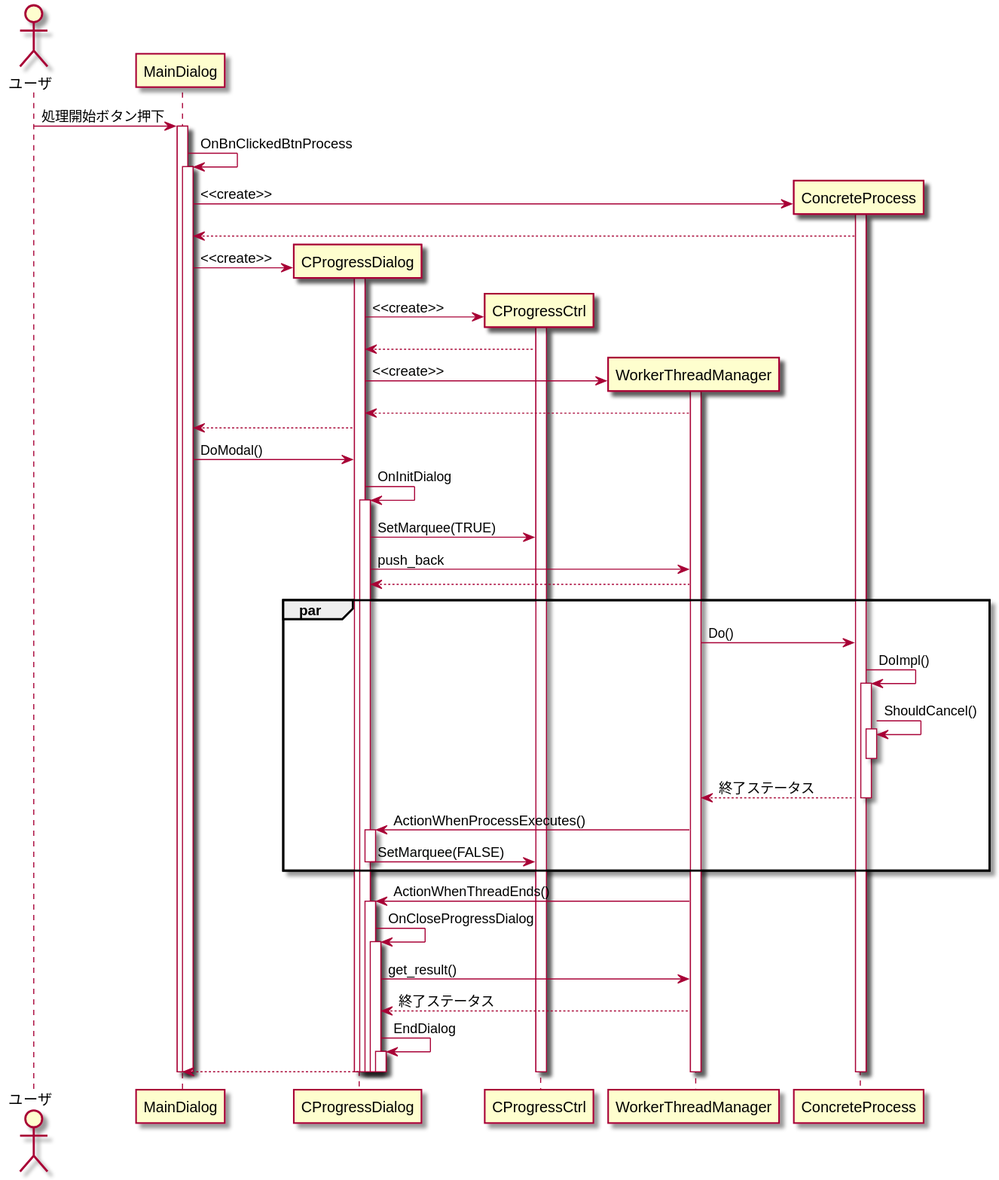
The PlantUML diagram docs/start_process.svg in asura/progress_dialog, before a commit.
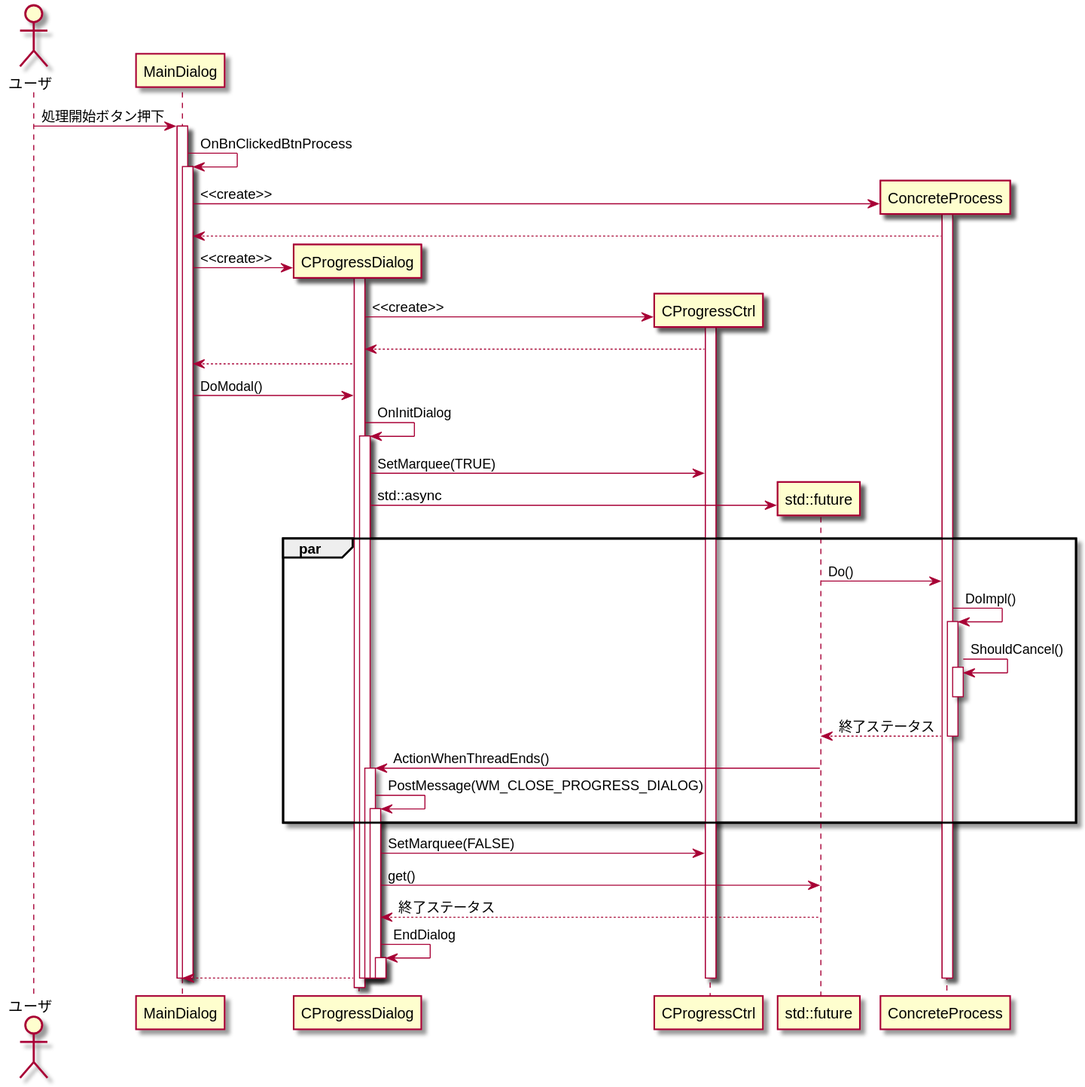
The same file after the commit.

Commit message:
[mdf] update readme, UML diagrams

The edit, as a diff of the source:
```diff
@@ -4,7 +4,7 @@
 participant MainDialog
 participant CProgressDialog
 participant CProgressCtrl
-participant WorkerThreadManager
+participant "std::future" AS future
 participant ConcreteProcess
 
 user -> MainDialog : 処理開始ボタン押下
@@ -29,11 +29,6 @@
         activate CProgressCtrl
           CProgressDialog <-- CProgressCtrl
 
-          create WorkerThreadManager
-          CProgressDialog -> WorkerThreadManager : <<create>>
-          activate WorkerThreadManager
-            CProgressDialog <-- WorkerThreadManager
-
             MainDialog <-- CProgressDialog
 
             MainDialog-> CProgressDialog : DoModal()
@@ -42,11 +37,12 @@
             activate CProgressDialog
 
               CProgressDialog -> CProgressCtrl : SetMarquee(TRUE)
-              CProgressDialog -> WorkerThreadManager : push_back
-              CProgressDialog <-- WorkerThreadManager
+
+              create future
+              CProgressDialog -> future : std::async
 
 par
-              WorkerThreadManager -> ConcreteProcess : Do()
+              future -> ConcreteProcess : Do()
 
               ConcreteProcess -> ConcreteProcess : DoImpl()
               activate ConcreteProcess
@@ -55,34 +51,28 @@
                 activate ConcreteProcess
                 deactivate ConcreteProcess
 
-                WorkerThreadManager <-- ConcreteProcess : 終了ステータス
+                future <-- ConcreteProcess : 終了ステータス
 
               deactivate ConcreteProcess
 
-              CProgressDialog <- WorkerThreadManager : ActionWhenProcessExecutes()
+              CProgressDialog <- future : ActionWhenThreadEnds()
               activate CProgressDialog
-                CProgressDialog -> CProgressCtrl : SetMarquee(FALSE)
-              deactivate CProgressDialog
+                CProgressDialog -> CProgressDialog : PostMessage(WM_CLOSE_PROGRESS_DIALOG)
+                activate CProgressDialog
 
 end
-              CProgressDialog <- WorkerThreadManager : ActionWhenThreadEnds()
-              activate CProgressDialog
-
-                CProgressDialog -> CProgressDialog : OnCloseProgressDialog
-                activate CProgressDialog
-                  CProgressDialog -> WorkerThreadManager : get_result()
-                  CProgressDialog <-- WorkerThreadManager : 終了ステータス
+                  CProgressDialog -> CProgressCtrl : SetMarquee(FALSE)
+                  CProgressDialog -> future : get()
+                  CProgressDialog <-- future : 終了ステータス
 
                   CProgressDialog -> CProgressDialog : EndDialog
                   activate CProgressDialog
                     MainDialog <-- CProgressDialog
                   deactivate CProgressDialog
-                deactivate CProgressDialog
-              deactivate CProgressCtrl
+                deactivate CProgressCtrl
             deactivate CProgressDialog
           deactivate CProgressDialog
         deactivate CProgressDialog
-      deactivate WorkerThreadManager
     deactivate ConcreteProcess
   deactivate MainDialog
 deactivate MainDialog
```
